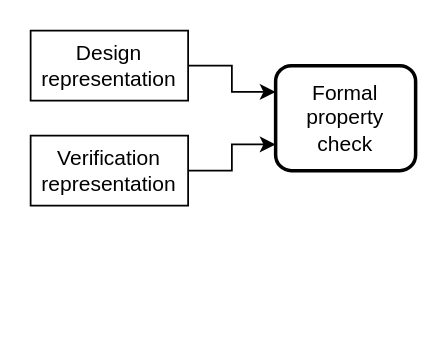
Earlier version of the draw.io diagram page "Formal" (6 of 9) of content/sili-infra/sili-flows.drawio (jameshanlon/jameshanlon.github.io). Source tidied: cells renumbered, new cells numbered last; positions are measured from the earlier drawing's top-left corner, leaving out a move shared by most shapes. Both pictures are drawn from the tidied source at 175%, with x=0, y=0 at pixel (30, 30).
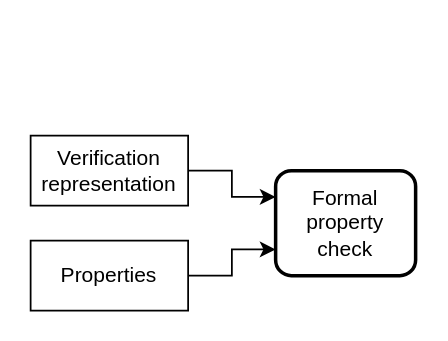
Above is the later version.

Diff of the diagram source:
```diff
@@
 <mxGraphModel>
   <root>
     <mxCell id="0" />
     <mxCell id="1" parent="0" />
-    <mxCell id="2" style="edgeStyle=orthogonalEdgeStyle;rounded=0;jettySize=auto;html=1;exitX=1;exitY=0.5;exitDx=0;exitDy=0;entryX=0;entryY=0.25;entryDx=0;entryDy=0;" parent="1" edge="1" source="3" target="4">
-      <mxGeometry relative="1" as="geometry" />
-    </mxCell>
-    <mxCell id="3" value="Design representation" style="rounded=1;whiteSpace=wrap;html=1;arcSize=0;" parent="1" vertex="1">
-      <mxGeometry width="90" height="40" as="geometry" />
-    </mxCell>
     <mxCell id="4" value="Formal property check" style="rounded=1;whiteSpace=wrap;html=1;strokeWidth=2;" parent="1" vertex="1">
-      <mxGeometry x="140" y="20" width="80" height="60" as="geometry" />
+      <mxGeometry x="140" y="80" width="80" height="60" as="geometry" />
     </mxCell>
-    <mxCell id="5" style="edgeStyle=orthogonalEdgeStyle;rounded=0;jettySize=auto;html=1;exitX=1;exitY=0.5;exitDx=0;exitDy=0;entryX=0;entryY=0.75;entryDx=0;entryDy=0;" parent="1" edge="1" source="6" target="4">
+    <mxCell id="5" style="edgeStyle=orthogonalEdgeStyle;rounded=0;jettySize=auto;html=1;exitX=1;exitY=0.5;exitDx=0;exitDy=0;entryX=0;entryY=0.25;entryDx=0;entryDy=0;" parent="1" edge="1" source="6" target="4">
       <mxGeometry relative="1" as="geometry" />
     </mxCell>
     <mxCell id="6" value="Verification representation" style="rounded=1;whiteSpace=wrap;html=1;arcSize=0;" parent="1" vertex="1">
       <mxGeometry y="60" width="90" height="40" as="geometry" />
     </mxCell>
+    <mxCell id="7" style="edgeStyle=orthogonalEdgeStyle;rounded=0;jettySize=auto;html=1;exitX=1;exitY=0.5;exitDx=0;exitDy=0;entryX=0;entryY=0.75;entryDx=0;entryDy=0;" parent="1" edge="1" source="8" target="4">
+      <mxGeometry relative="1" as="geometry" />
+    </mxCell>
+    <mxCell id="8" value="Properties" style="rounded=1;whiteSpace=wrap;html=1;arcSize=0;" parent="1" vertex="1">
+      <mxGeometry y="120" width="90" height="40" as="geometry" />
+    </mxCell>
   </root>
 </mxGraphModel>
```
